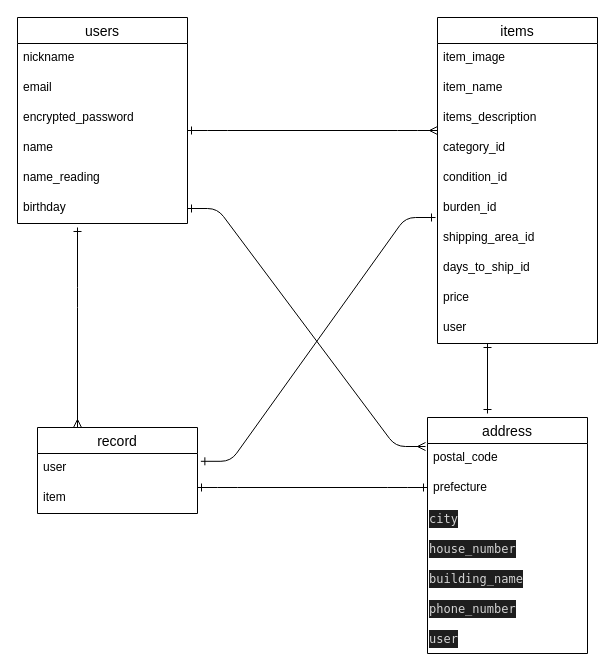
The draw.io diagram furima.dio in corhydrae7bd/furima-35857, before the edit. Source tidied: cells renumbered, new cells numbered last; positions are measured from the earlier drawing's top-left corner, leaving out a move shared by most shapes. Both pictures are drawn from the tidied source at 100%, with x=0, y=0 at pixel (17, 17).
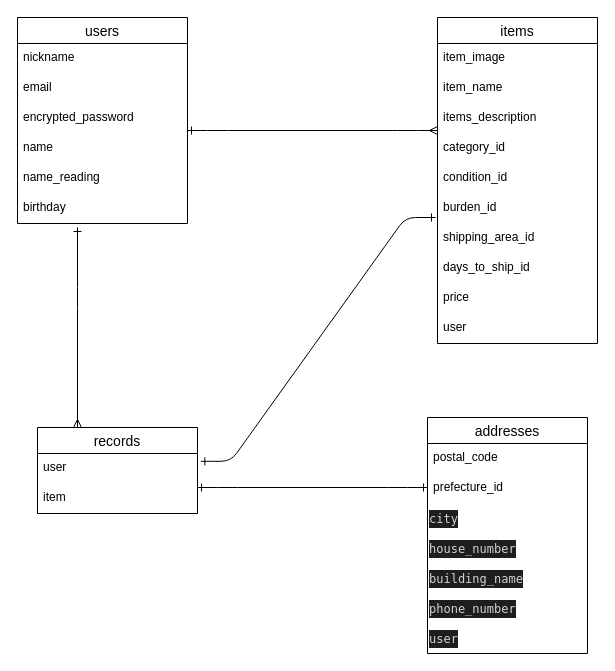
The same diagram, later.

Commit message (it also covers changes not shown here):
DB設計の修正2

Unchanged cells that the change refers to:
```xml
<mxCell id="8" value="birthday" style="text;strokeColor=none;fillColor=none;spacingLeft=4;spacingRight=4;overflow=hidden;points=[[0,0.5],[1,0.5]];portConstraint=eastwest;fontSize=12;" parent="2" vertex="1">
  <mxGeometry y="176" width="170" height="30" as="geometry" />
</mxCell>
```

What changed in the source:
```diff
@@
-    <mxCell id="20" value="record" style="swimlane;fontStyle=0;horizontal=1;startSize=26;align=center;fontSize=14;" parent="1" vertex="1">
+    <mxCell id="20" value="records" style="swimlane;fontStyle=0;horizontal=1;startSize=26;align=center;fontSize=14;" parent="1" vertex="1">
       <mxGeometry x="20" y="410" width="160" height="86" as="geometry" />
     </mxCell>
@@
-    <mxCell id="23" value="address" style="swimlane;fontStyle=0;horizontal=1;startSize=26;align=center;fontSize=14;" parent="1" vertex="1">
+    <mxCell id="23" value="addresses" style="swimlane;fontStyle=0;horizontal=1;startSize=26;align=center;fontSize=14;" parent="1" vertex="1">
       <mxGeometry x="410" y="400" width="160" height="236" as="geometry" />
     </mxCell>
@@
-    <mxCell id="25" value="prefecture" style="text;strokeColor=none;fillColor=none;spacingLeft=4;spacingRight=4;overflow=hidden;fontSize=12;" parent="23" vertex="1">
+    <mxCell id="25" value="prefecture_id" style="text;strokeColor=none;fillColor=none;spacingLeft=4;spacingRight=4;overflow=hidden;fontSize=12;" parent="23" vertex="1">
       <mxGeometry y="56" width="160" height="30" as="geometry" />
     </mxCell>
@@
-    <mxCell id="33" style="edgeStyle=entityRelationEdgeStyle;fontSize=12;html=1;endArrow=ERmany;startArrow=ERone;startFill=0;exitX=1;exitY=0.5;exitDx=0;exitDy=0;" parent="1" edge="1" source="8">
-      <mxGeometry relative="1" as="geometry">
-        <mxPoint x="408" y="429" as="targetPoint" />
-      </mxGeometry>
-    </mxCell>
-    <mxCell id="34" style="edgeStyle=orthogonalEdgeStyle;fontSize=12;html=1;endArrow=ERone;startArrow=ERone;startFill=0;jumpSize=15;strokeWidth=1;exitX=0.353;exitY=1.133;exitDx=0;exitDy=0;exitPerimeter=0;endFill=0;" parent="1" edge="1">
-      <mxGeometry relative="1" as="geometry">
-        <mxPoint x="470" y="326" as="sourcePoint" />
-        <mxPoint x="470" y="396" as="targetPoint" />
-        <Array as="points">
-          <mxPoint x="470" y="396" />
-          <mxPoint x="470" y="396" />
-        </Array>
-      </mxGeometry>
-    </mxCell>
```
